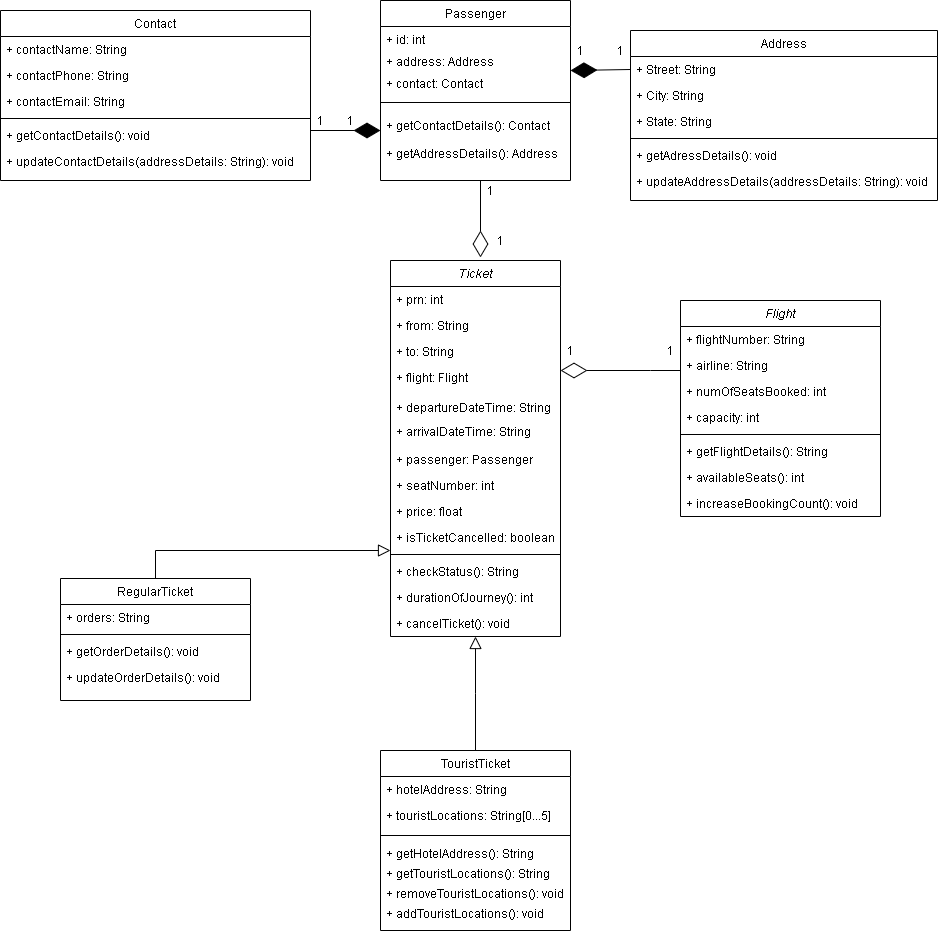
This is Flight Reservation System.drawio.png from AbhiNaik03/Flight-Reservation-System, a draw.io export, as it was before one commit. Source tidied: cells renumbered, new cells last; positions are measured from the earlier drawing's top-left corner, leaving out a move shared by most shapes.
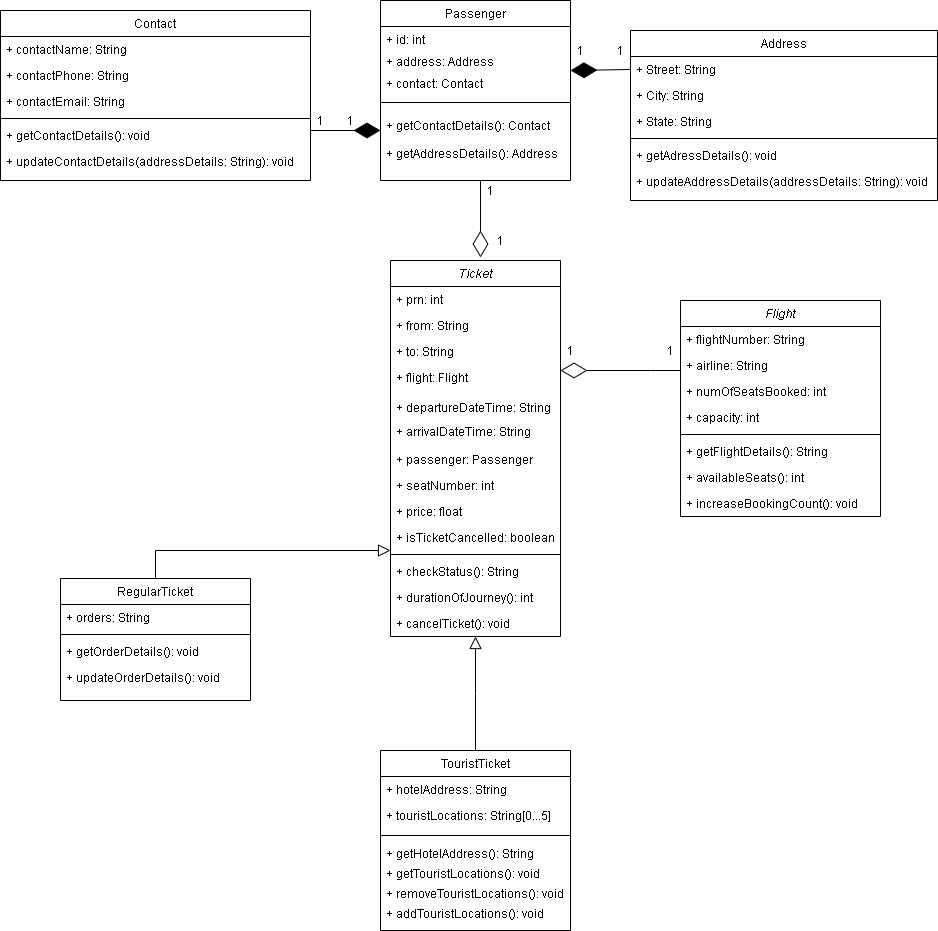
After the change.

Change to the diagram source:
```diff
@@ -95,7 +95,7 @@
     <mxCell id="29" value="+ getHotelAddress(): String" style="text;align=left;verticalAlign=top;spacingLeft=4;spacingRight=4;overflow=hidden;fontStyle=0;" parent="25" vertex="1">
       <mxGeometry y="90" width="190" height="20" as="geometry" />
     </mxCell>
-    <mxCell id="30" value="+ getTouristLocations(): String" style="text;align=left;verticalAlign=top;spacingLeft=4;spacingRight=4;overflow=hidden;fontStyle=0;" parent="25" vertex="1">
+    <mxCell id="30" value="+ getTouristLocations(): void" style="text;align=left;verticalAlign=top;spacingLeft=4;spacingRight=4;overflow=hidden;fontStyle=0;" parent="25" vertex="1">
       <mxGeometry y="110" width="190" height="20" as="geometry" />
     </mxCell>
     <mxCell id="31" value="+ removeTouristLocations(): void" style="text;align=left;verticalAlign=top;spacingLeft=4;spacingRight=4;overflow=hidden;fontStyle=0;" parent="25" vertex="1">
```
